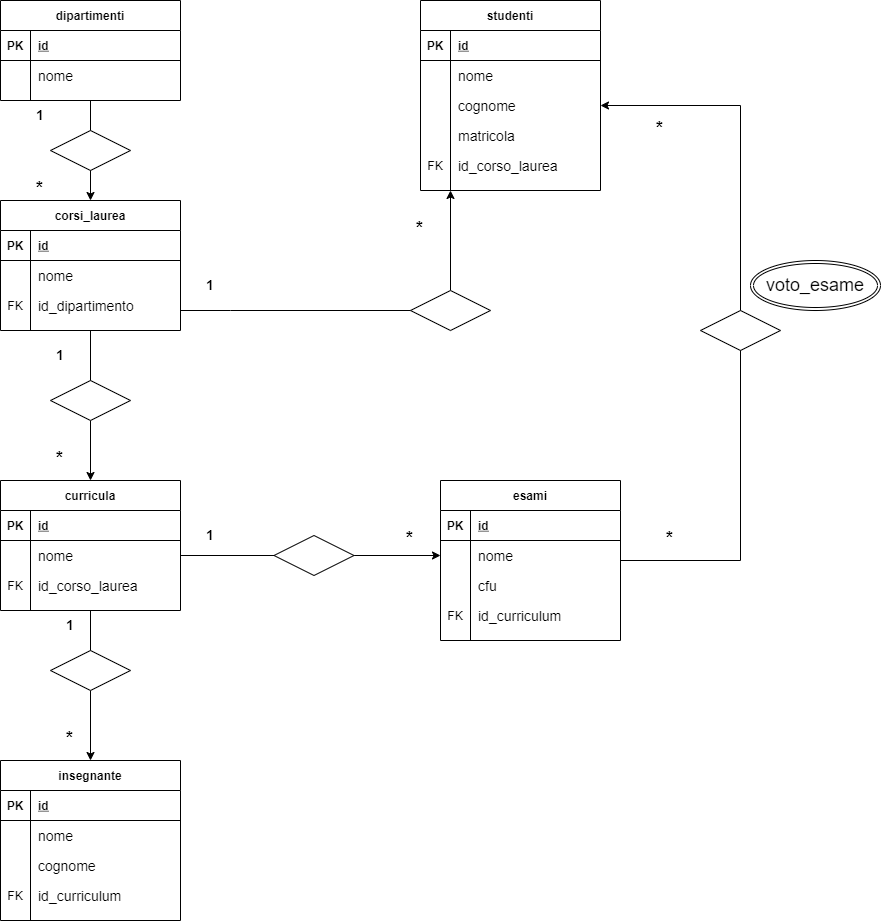
enricopaol/db-university keeps this draw.io diagram as db-university-e-r.png. Above is the earlier version. Source tidied: cells renumbered, new cells last; positions are measured from the earlier drawing's top-left corner, leaving out a move shared by most shapes.
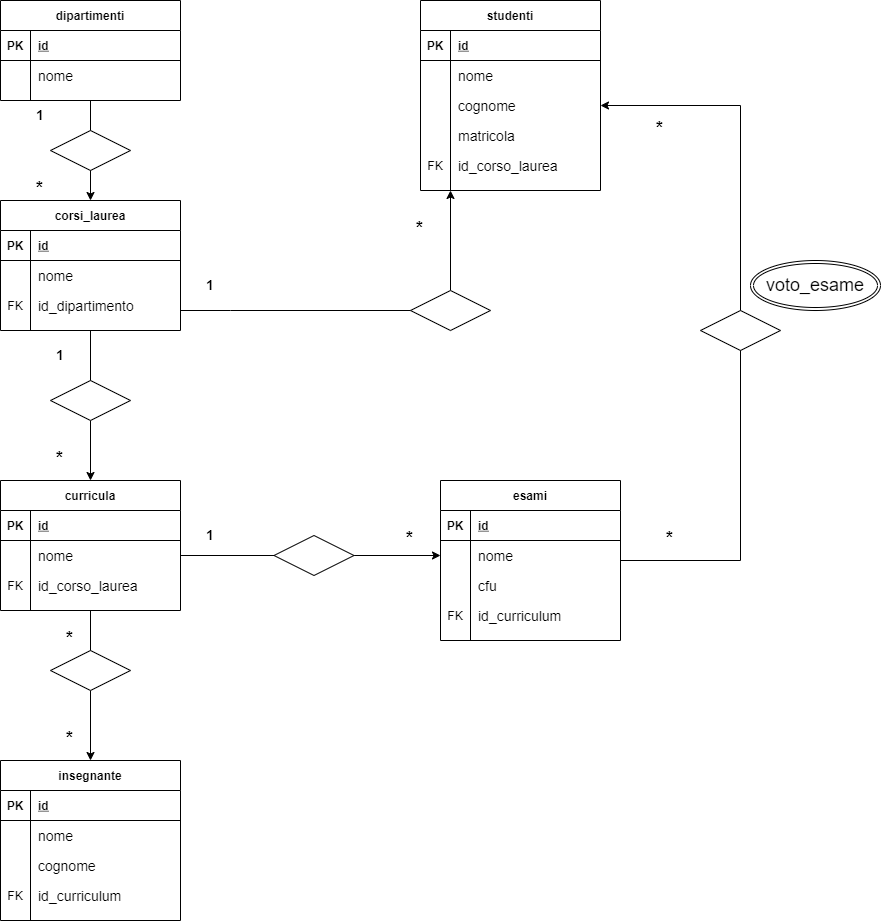
Above is the later version.

Commit message:
Corretto errore

Change to the diagram source:
```diff
@@ -274,9 +274,6 @@
     <mxCell id="90" style="edgeStyle=orthogonalEdgeStyle;rounded=0;jettySize=auto;html=1;entryX=0.5;entryY=0;entryDx=0;entryDy=0;fontSize=18;endArrow=none;" parent="1" edge="1" source="43" target="89">
       <mxGeometry relative="1" as="geometry" />
     </mxCell>
-    <mxCell id="91" value="1" style="text;strokeColor=none;fillColor=none;spacingLeft=4;spacingRight=4;overflow=hidden;fontSize=14;fontStyle=1;" parent="1" vertex="1">
-      <mxGeometry x="60" y="610" width="40" height="30" as="geometry" />
-    </mxCell>
     <mxCell id="92" value="*" style="text;strokeColor=none;fillColor=none;spacingLeft=4;spacingRight=4;overflow=hidden;fontSize=18;fontStyle=1;" parent="1" vertex="1">
       <mxGeometry x="60" y="720" width="40" height="30" as="geometry" />
     </mxCell>
@@ -308,5 +305,8 @@
     <mxCell id="99" value="voto_esame" style="ellipse;shape=doubleEllipse;margin=3;whiteSpace=wrap;html=1;align=center;fontSize=18;" parent="1" vertex="1">
       <mxGeometry x="750" y="260" width="130" height="50" as="geometry" />
     </mxCell>
+    <mxCell id="100" value="*" style="text;strokeColor=none;fillColor=none;spacingLeft=4;spacingRight=4;overflow=hidden;fontSize=18;fontStyle=1;" parent="1" vertex="1">
+      <mxGeometry x="60" y="620" width="40" height="30" as="geometry" />
+    </mxCell>
   </root>
 </mxGraphModel>
```
